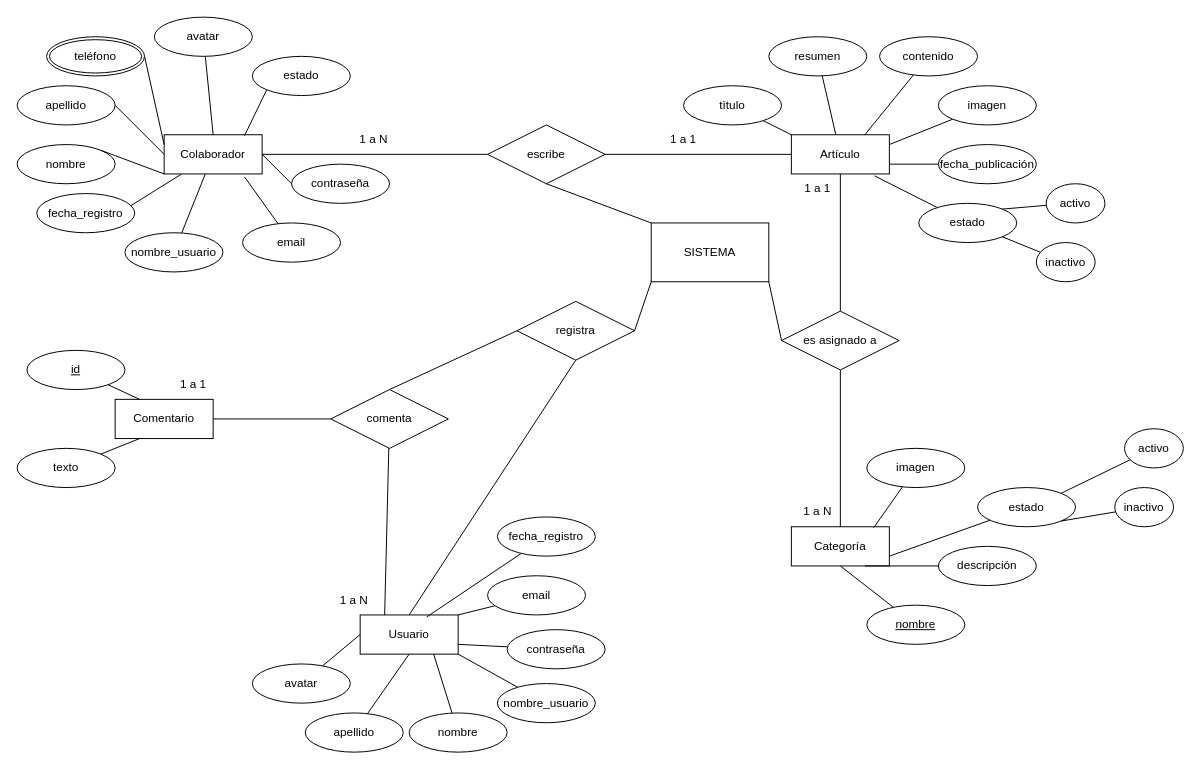
This is page "Página-2" (2 of 2) of Semana5/Desafio5.drawio from PatriNet77/2023-info-com-8, a draw.io file, before an edit. Source tidied: cells renumbered, new cells numbered last; positions are measured from the earlier drawing's top-left corner, leaving out a move shared by most shapes. Both pictures are drawn from the tidied source at 98%, with x=0, y=0 at pixel (17, 17).
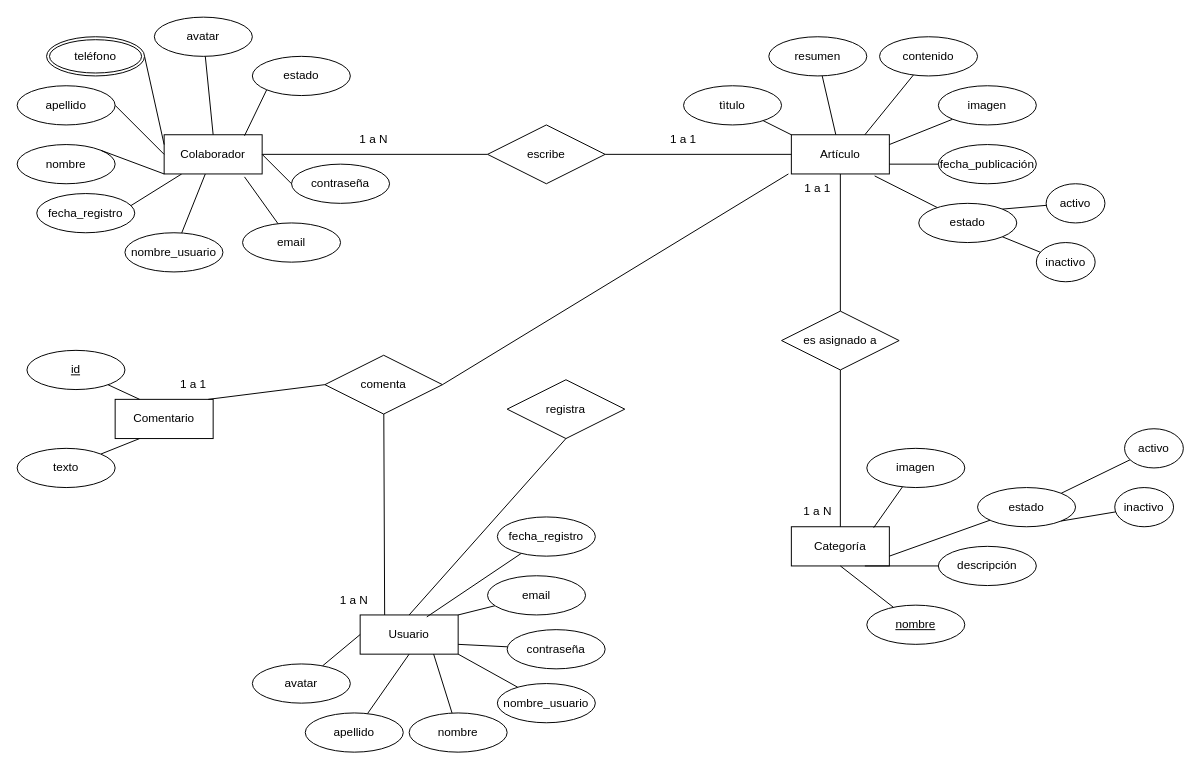
The same page after the edit.

Unchanged cells that the change refers to:
```xml
<mxCell id="10" value="Comentario" style="whiteSpace=wrap;html=1;align=center;" parent="1" vertex="1">
  <mxGeometry x="100" y="390" width="100" height="40" as="geometry" />
</mxCell>
<mxCell id="12" value="escribe" style="shape=rhombus;perimeter=rhombusPerimeter;whiteSpace=wrap;html=1;align=center;" parent="1" vertex="1">
  <mxGeometry x="480" y="110" width="120" height="60" as="geometry" />
</mxCell>
<mxCell id="14" value="es asignado a" style="shape=rhombus;perimeter=rhombusPerimeter;whiteSpace=wrap;html=1;align=center;" parent="1" vertex="1">
  <mxGeometry x="780" y="300" width="120" height="60" as="geometry" />
</mxCell>
<mxCell id="86" value="1 a 1" style="text;html=1;strokeColor=none;fillColor=none;align=center;verticalAlign=middle;whiteSpace=wrap;rounded=0;" parent="1" vertex="1">
  <mxGeometry x="787" y="160" width="60" height="30" as="geometry" />
</mxCell>
<mxCell id="93" value="1 a 1" style="text;html=1;strokeColor=none;fillColor=none;align=center;verticalAlign=middle;whiteSpace=wrap;rounded=0;" parent="1" vertex="1">
  <mxGeometry x="150" y="360" width="60" height="30" as="geometry" />
</mxCell>
```

Diff of the diagram source:
```diff
@@
     <mxCell id="15" value="registra" style="shape=rhombus;perimeter=rhombusPerimeter;whiteSpace=wrap;html=1;align=center;" parent="1" vertex="1">
-      <mxGeometry x="510" y="290" width="120" height="60" as="geometry" />
+      <mxGeometry x="500" y="370" width="120" height="60" as="geometry" />
     </mxCell>
-    <mxCell id="16" style="edgeStyle=none;shape=connector;rounded=0;jettySize=auto;html=1;labelBackgroundColor=default;strokeColor=default;fontFamily=Helvetica;fontSize=11;fontColor=default;endArrow=none;endFill=0;" parent="1" edge="1" source="18" target="10">
+    <mxCell id="16" style="edgeStyle=none;shape=connector;rounded=0;jettySize=auto;html=1;labelBackgroundColor=default;strokeColor=default;fontFamily=Helvetica;fontSize=11;fontColor=default;endArrow=none;endFill=0;exitX=0;exitY=0.5;exitDx=0;exitDy=0;entryX=0.75;entryY=1;entryDx=0;entryDy=0;" parent="1" edge="1" source="18" target="93">
       <mxGeometry relative="1" as="geometry" />
     </mxCell>
@@
     <mxCell id="18" value="comenta" style="shape=rhombus;perimeter=rhombusPerimeter;whiteSpace=wrap;html=1;align=center;" parent="1" vertex="1">
-      <mxGeometry x="320" y="380" width="120" height="60" as="geometry" />
+      <mxGeometry x="314" y="345" width="120" height="60" as="geometry" />
     </mxCell>
@@
-    <mxCell id="85" style="endArrow=none;html=1;rounded=0;exitX=0.5;exitY=0;exitDx=0;exitDy=0;entryX=0;entryY=0.5;entryDx=0;entryDy=0;" parent="1" edge="1" source="18" target="15">
-      <mxGeometry relative="1" as="geometry" />
-    </mxCell>
@@
-    <mxCell id="88" value="SISTEMA" style="rounded=0;whiteSpace=wrap;html=1;" parent="1" vertex="1">
-      <mxGeometry x="647" y="210" width="120" height="60" as="geometry" />
-    </mxCell>
-    <mxCell id="89" style="endArrow=none;html=1;rounded=0;exitX=1;exitY=0.5;exitDx=0;exitDy=0;" parent="1" edge="1" source="15">
-      <mxGeometry relative="1" as="geometry">
-        <mxPoint x="647" y="270" as="targetPoint" />
-      </mxGeometry>
-    </mxCell>
-    <mxCell id="90" style="endArrow=none;html=1;rounded=0;entryX=0;entryY=0;entryDx=0;entryDy=0;exitX=0.5;exitY=1;exitDx=0;exitDy=0;" parent="1" edge="1" source="12" target="88">
-      <mxGeometry relative="1" as="geometry" />
-    </mxCell>
-    <mxCell id="91" style="endArrow=none;html=1;rounded=0;exitX=1;exitY=1;exitDx=0;exitDy=0;entryX=0;entryY=0.5;entryDx=0;entryDy=0;" parent="1" edge="1" source="88" target="14">
-      <mxGeometry relative="1" as="geometry" />
-    </mxCell>
@@
+    <mxCell id="94" style="endArrow=none;html=1;rounded=0;exitX=1;exitY=0.5;exitDx=0;exitDy=0;entryX=0;entryY=0;entryDx=0;entryDy=0;" parent="1" edge="1" source="18" target="86">
+      <mxGeometry relative="1" as="geometry" />
+    </mxCell>
```
